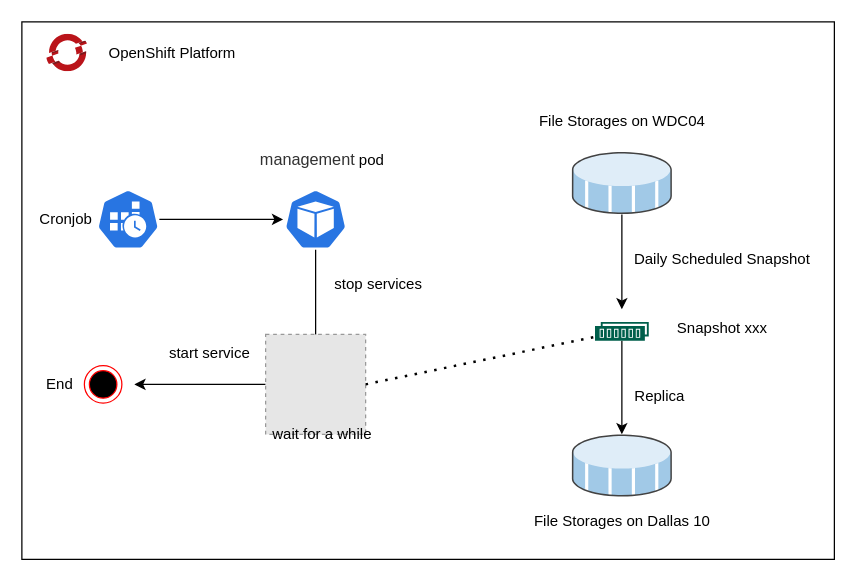
The draw.io diagram backup/new backup.drawio in tanghu123/draw, before the edit. Source tidied: cells renumbered, new cells numbered last; positions are measured from the earlier drawing's top-left corner, leaving out a move shared by most shapes. Both pictures are drawn from the tidied source at 125%, with x=0, y=0 at pixel (21, 21). Pictures stored in the file or linked from it are replaced by grey dashed boxes.
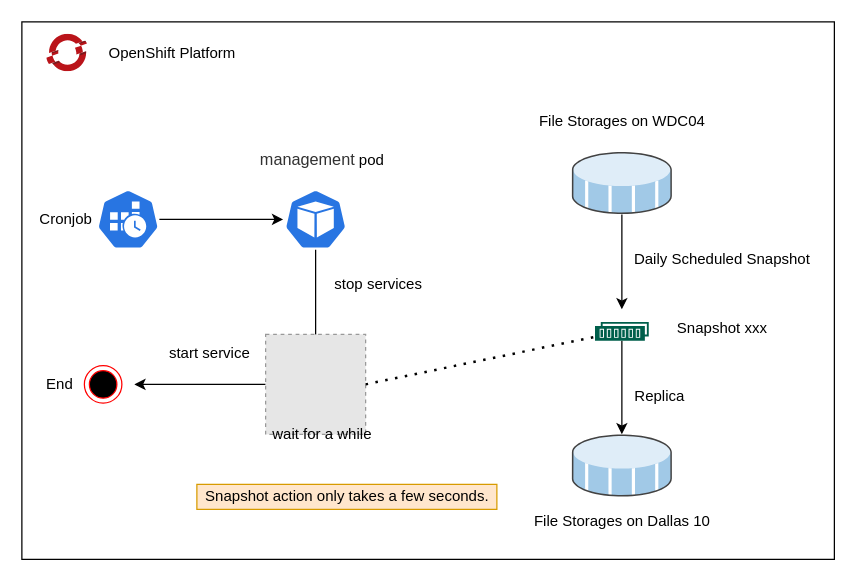
The same page after the edit.

Diff of the diagram source:
```diff
@@
+    <mxCell id="29" value="Snapshot action only takes a few seconds." style="text;html=1;align=center;verticalAlign=middle;strokeColor=#d79b00;fillColor=#ffe6cc;" parent="1" vertex="1">
+      <mxGeometry x="140" y="370" width="240" height="20" as="geometry" />
+    </mxCell>
```
